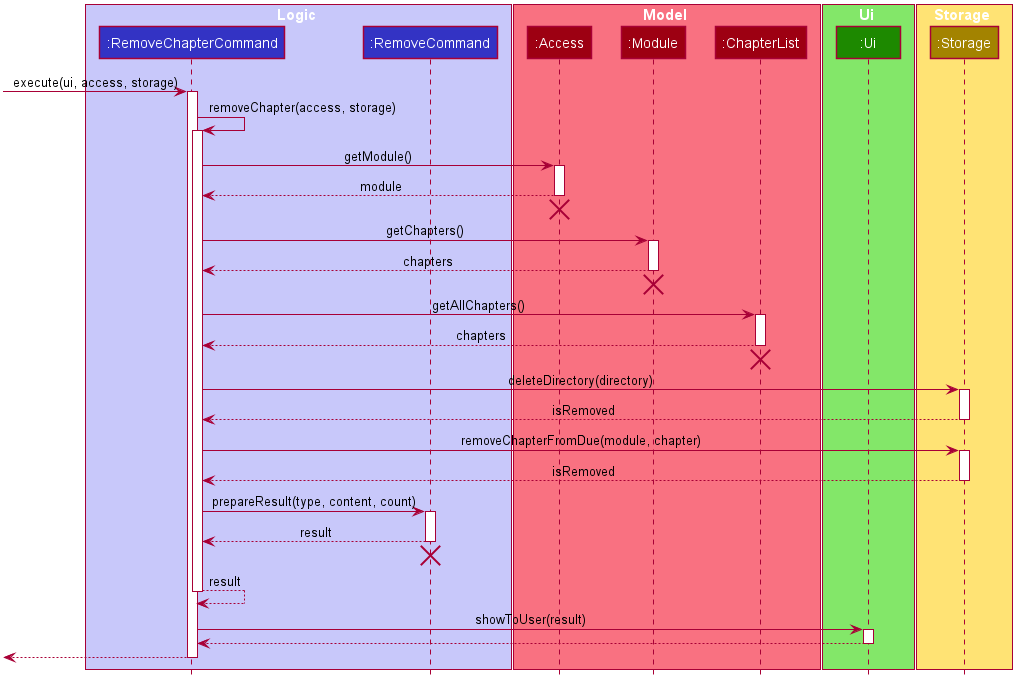
Earlier version of the PlantUML export docs/DG_Images/RemoveChapterCommandSeqDiagram.png (nus-cs2113-AY2021S1/tp).
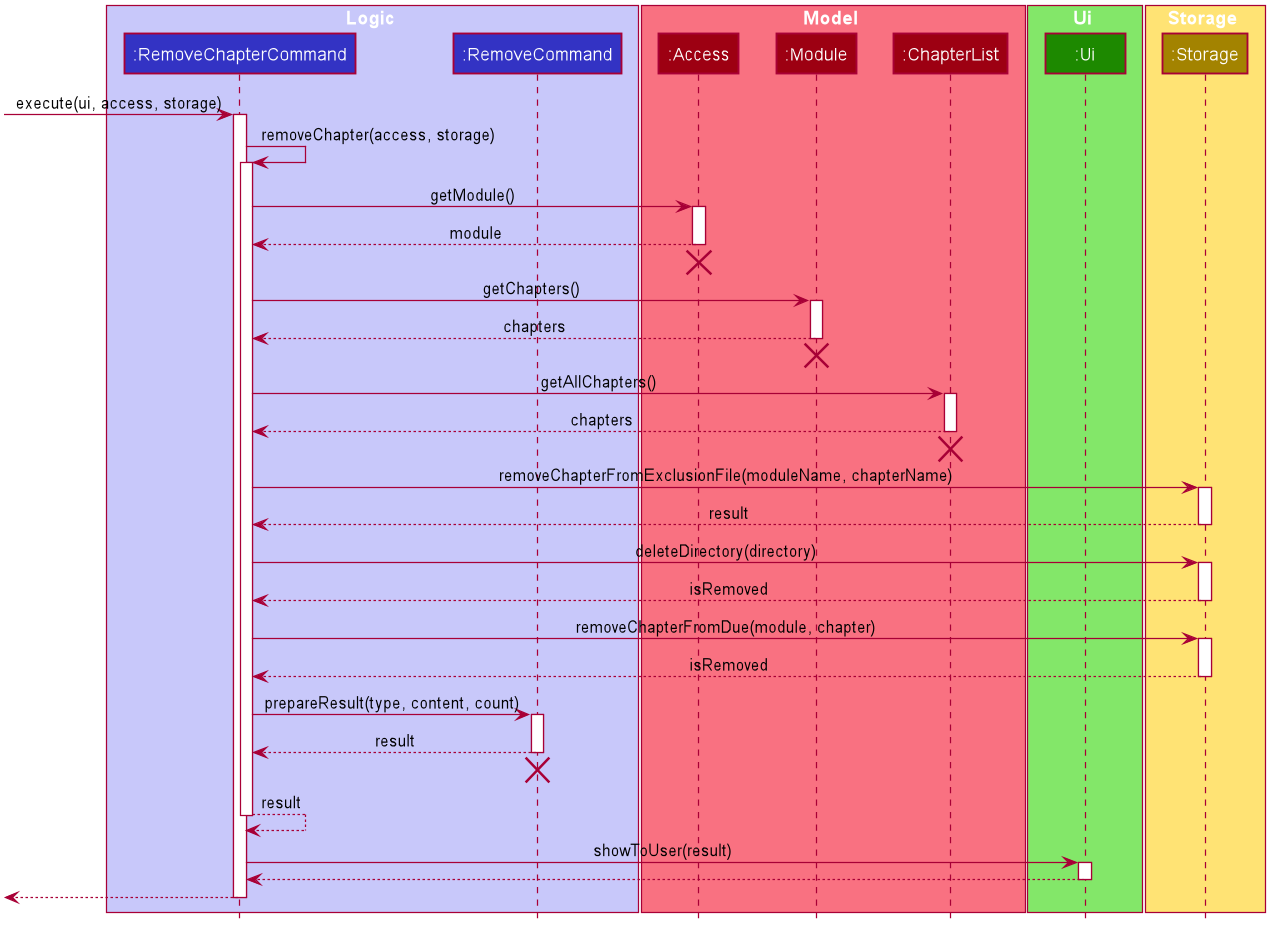
Above is the later version.

Diff of the diagram source:
```diff
@@ -1,4 +1,5 @@
 @startuml
+
 
 
 
@@ -43,6 +44,9 @@
 skinparam Shadowing false
 skinparam DefaultTextAlignment center
 skinparam packageStyle Rectangle
+skinparam classAttributeIconSize 0
+skinparam classAttributeFontColor white
+skinparam classAttributeFontSize 12
 
 hide footbox
 hide members
@@ -89,6 +93,10 @@
 deactivate ChapterList
 [<-[hidden]- ChapterList
 destroy ChapterList
+RemoveChapterCommand -> Storage : removeChapterFromExclusionFile(moduleName, chapterName)
+activate Storage
+RemoveChapterCommand <-- Storage : result
+deactivate Storage
 RemoveChapterCommand -> Storage : deleteDirectory(directory)
 activate Storage
 RemoveChapterCommand <-- Storage : isRemoved
```
